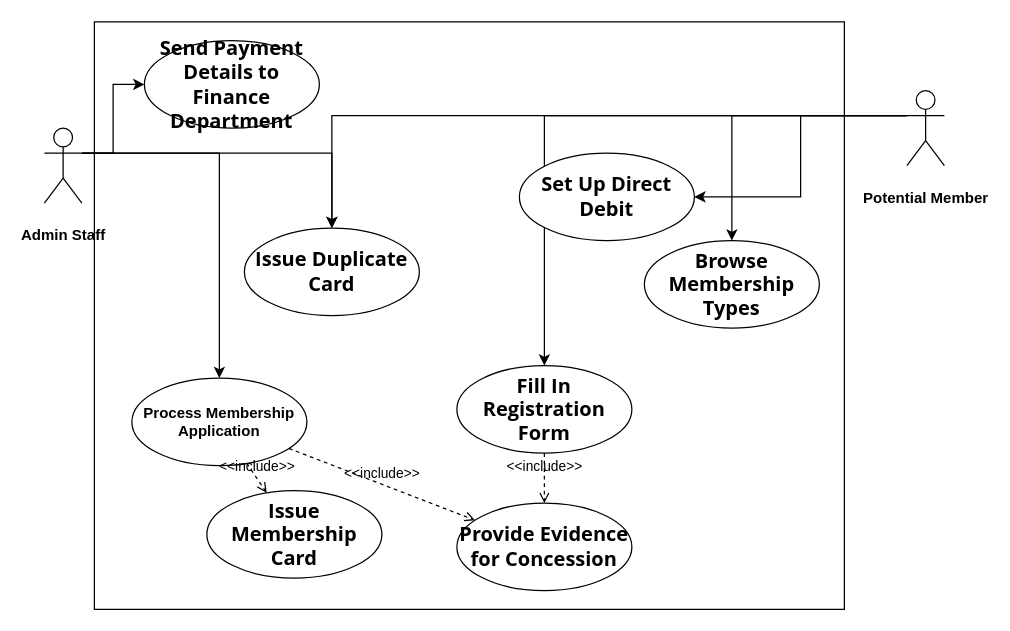
Above: 未命名绘图.drawio in Devynlime/Devynlime.github.io (draw.io), before the change. Source tidied: cells renumbered, new cells numbered last; positions are measured from the earlier drawing's top-left corner, leaving out a move shared by most shapes. Both pictures are drawn from the tidied source at 125%, with x=0, y=0 at pixel (44, 21).
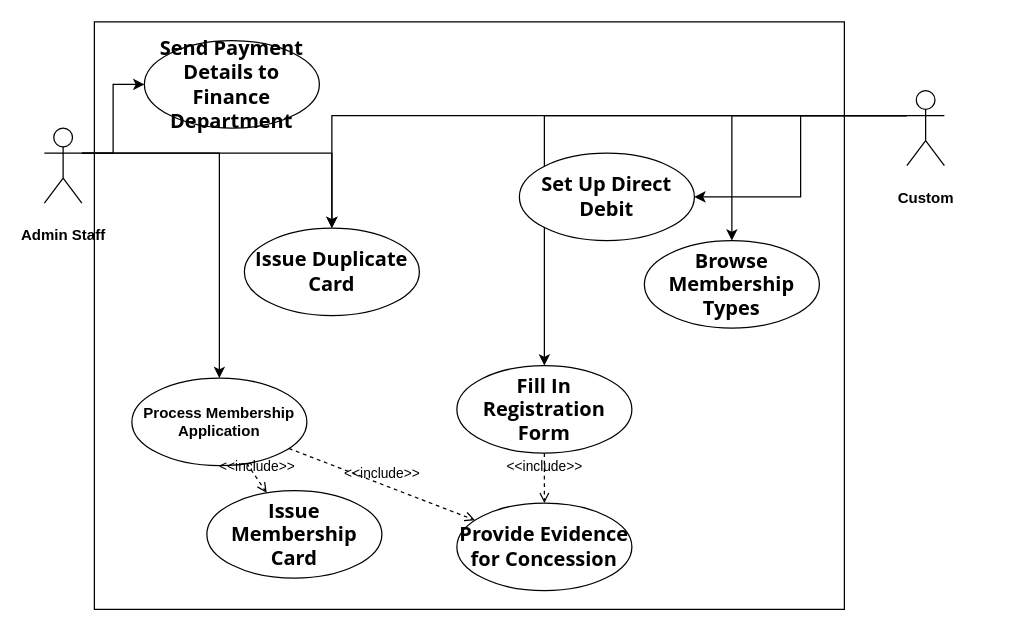
The same diagram, later.

The edit, as a diff of the source:
```diff
@@
-    <mxCell id="7" value="&lt;p class=&quot;MsoNormal&quot;&gt;&lt;b&gt;Potential Member&lt;/b&gt;&lt;/p&gt;" style="shape=umlActor;verticalLabelPosition=bottom;verticalAlign=top;html=1;outlineConnect=0;" parent="1" vertex="1">
+    <mxCell id="7" value="&lt;p class=&quot;MsoNormal&quot;&gt;&lt;b&gt;Custom&lt;/b&gt;&lt;/p&gt;" style="shape=umlActor;verticalLabelPosition=bottom;verticalAlign=top;html=1;outlineConnect=0;" parent="1" vertex="1">
       <mxGeometry x="690" y="55" width="30" height="60" as="geometry" />
     </mxCell>
```
